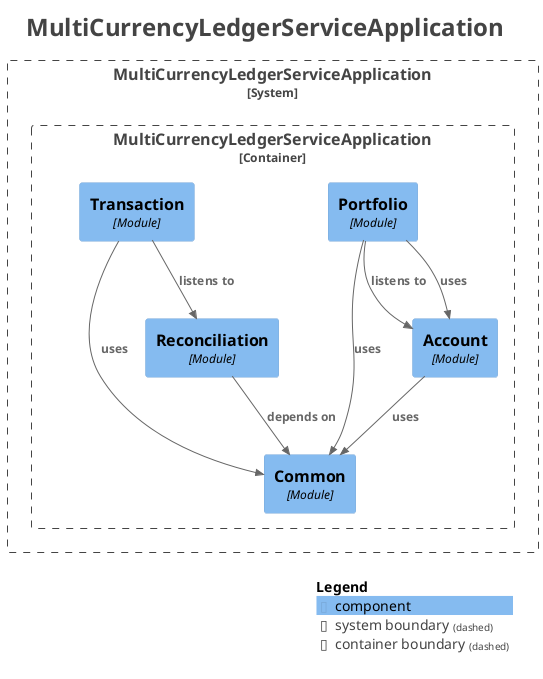
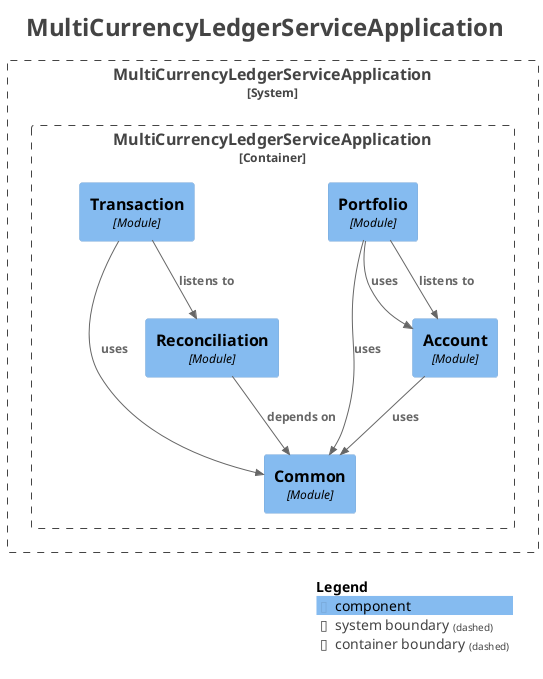
@startuml
title <size:24>MultiCurrencyLedgerServiceApplication</size>

set separator none
top to bottom direction

<style>
  root {
    BackgroundColor: #ffffff
    FontColor: #444444
  }
</style>

!include <C4/C4>
!include <C4/C4_Context>
!include <C4/C4_Component>

System_Boundary("MultiCurrencyLedgerServiceApplication_boundary", "MultiCurrencyLedgerServiceApplication", $tags="") {
  Container_Boundary("MultiCurrencyLedgerServiceApplication.MultiCurrencyLedgerServiceApplication_boundary", "MultiCurrencyLedgerServiceApplication", $tags="") {
    Component(MultiCurrencyLedgerServiceApplication.MultiCurrencyLedgerServiceApplication.Common, "Common", $techn="Module", $descr="", $tags="", $link="")
    Component(MultiCurrencyLedgerServiceApplication.MultiCurrencyLedgerServiceApplication.Account, "Account", $techn="Module", $descr="", $tags="", $link="")
    Component(MultiCurrencyLedgerServiceApplication.MultiCurrencyLedgerServiceApplication.Reconciliation, "Reconciliation", $techn="Module", $descr="", $tags="", $link="")
    Component(MultiCurrencyLedgerServiceApplication.MultiCurrencyLedgerServiceApplication.Portfolio, "Portfolio", $techn="Module", $descr="", $tags="", $link="")
    Component(MultiCurrencyLedgerServiceApplication.MultiCurrencyLedgerServiceApplication.Transaction, "Transaction", $techn="Module", $descr="", $tags="", $link="")
  }

}

- Rel(MultiCurrencyLedgerServiceApplication.MultiCurrencyLedgerServiceApplication.Transaction, MultiCurrencyLedgerServiceApplication.MultiCurrencyLedgerServiceApplication.Common, "uses", $techn="", $tags="", $link="")
- Rel(MultiCurrencyLedgerServiceApplication.MultiCurrencyLedgerServiceApplication.Portfolio, MultiCurrencyLedgerServiceApplication.MultiCurrencyLedgerServiceApplication.Account, "listens to", $techn="", $tags="", $link="")
Rel(MultiCurrencyLedgerServiceApplication.MultiCurrencyLedgerServiceApplication.Portfolio, MultiCurrencyLedgerServiceApplication.MultiCurrencyLedgerServiceApplication.Common, "uses", $techn="", $tags="", $link="")
Rel(MultiCurrencyLedgerServiceApplication.MultiCurrencyLedgerServiceApplication.Portfolio, MultiCurrencyLedgerServiceApplication.MultiCurrencyLedgerServiceApplication.Account, "uses", $techn="", $tags="", $link="")
Rel(MultiCurrencyLedgerServiceApplication.MultiCurrencyLedgerServiceApplication.Account, MultiCurrencyLedgerServiceApplication.MultiCurrencyLedgerServiceApplication.Common, "uses", $techn="", $tags="", $link="")
+ Rel(MultiCurrencyLedgerServiceApplication.MultiCurrencyLedgerServiceApplication.Transaction, MultiCurrencyLedgerServiceApplication.MultiCurrencyLedgerServiceApplication.Reconciliation, "listens to", $techn="", $tags="", $link="")
+ Rel(MultiCurrencyLedgerServiceApplication.MultiCurrencyLedgerServiceApplication.Transaction, MultiCurrencyLedgerServiceApplication.MultiCurrencyLedgerServiceApplication.Common, "uses", $techn="", $tags="", $link="")
Rel(MultiCurrencyLedgerServiceApplication.MultiCurrencyLedgerServiceApplication.Reconciliation, MultiCurrencyLedgerServiceApplication.MultiCurrencyLedgerServiceApplication.Common, "depends on", $techn="", $tags="", $link="")
- Rel(MultiCurrencyLedgerServiceApplication.MultiCurrencyLedgerServiceApplication.Transaction, MultiCurrencyLedgerServiceApplication.MultiCurrencyLedgerServiceApplication.Reconciliation, "listens to", $techn="", $tags="", $link="")
+ Rel(MultiCurrencyLedgerServiceApplication.MultiCurrencyLedgerServiceApplication.Portfolio, MultiCurrencyLedgerServiceApplication.MultiCurrencyLedgerServiceApplication.Account, "listens to", $techn="", $tags="", $link="")

SHOW_LEGEND(true)
hide stereotypes
@enduml